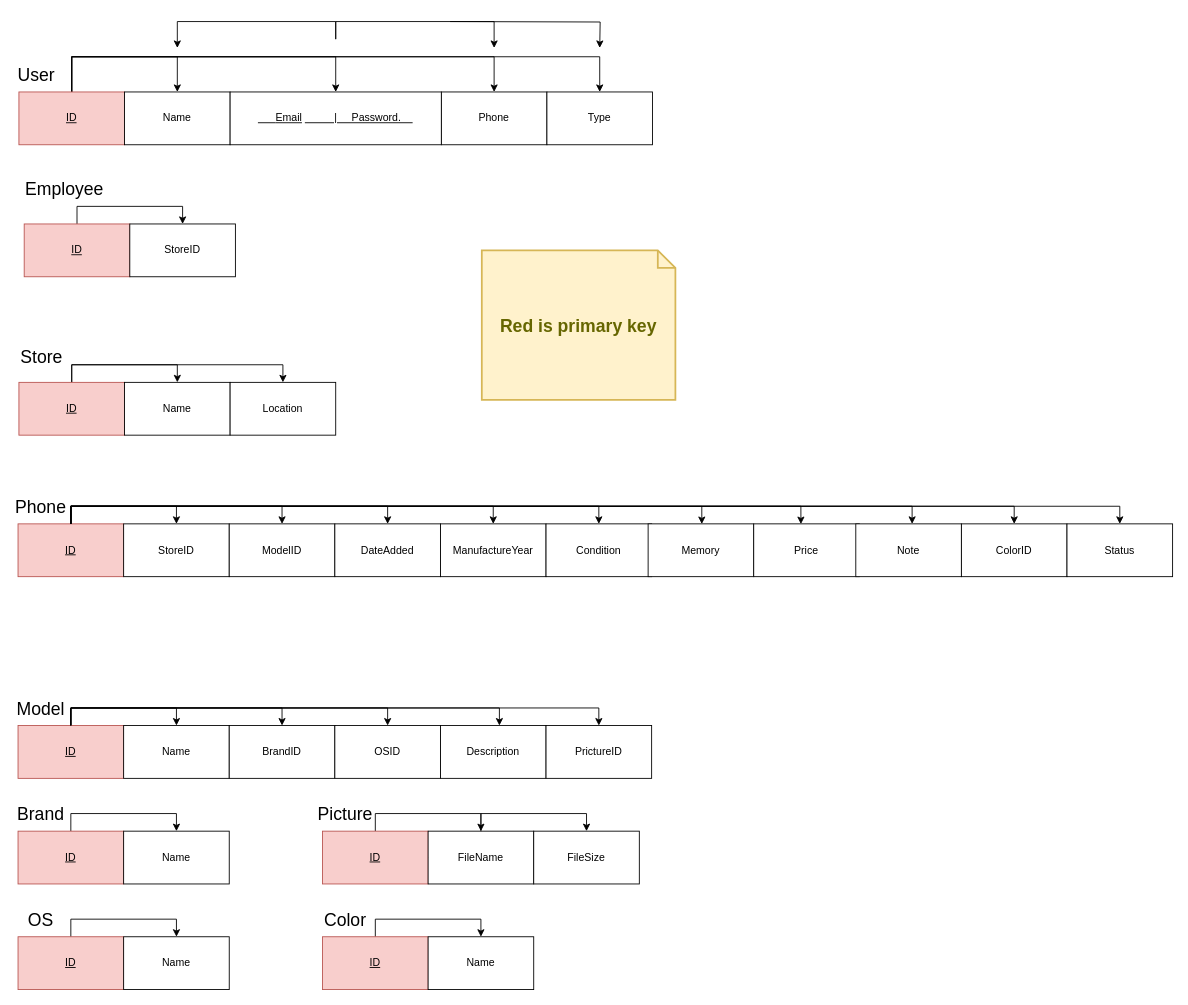
Above: DBSchema/FunctionalDependency.drawio in produdez/smartphone-shop-train-proj (draw.io), before the change. Source tidied: cells renumbered, new cells numbered last; positions are measured from the earlier drawing's top-left corner, leaving out a move shared by most shapes. Both pictures are drawn from the tidied source at 88%, with x=0, y=0 at pixel (18, 21).
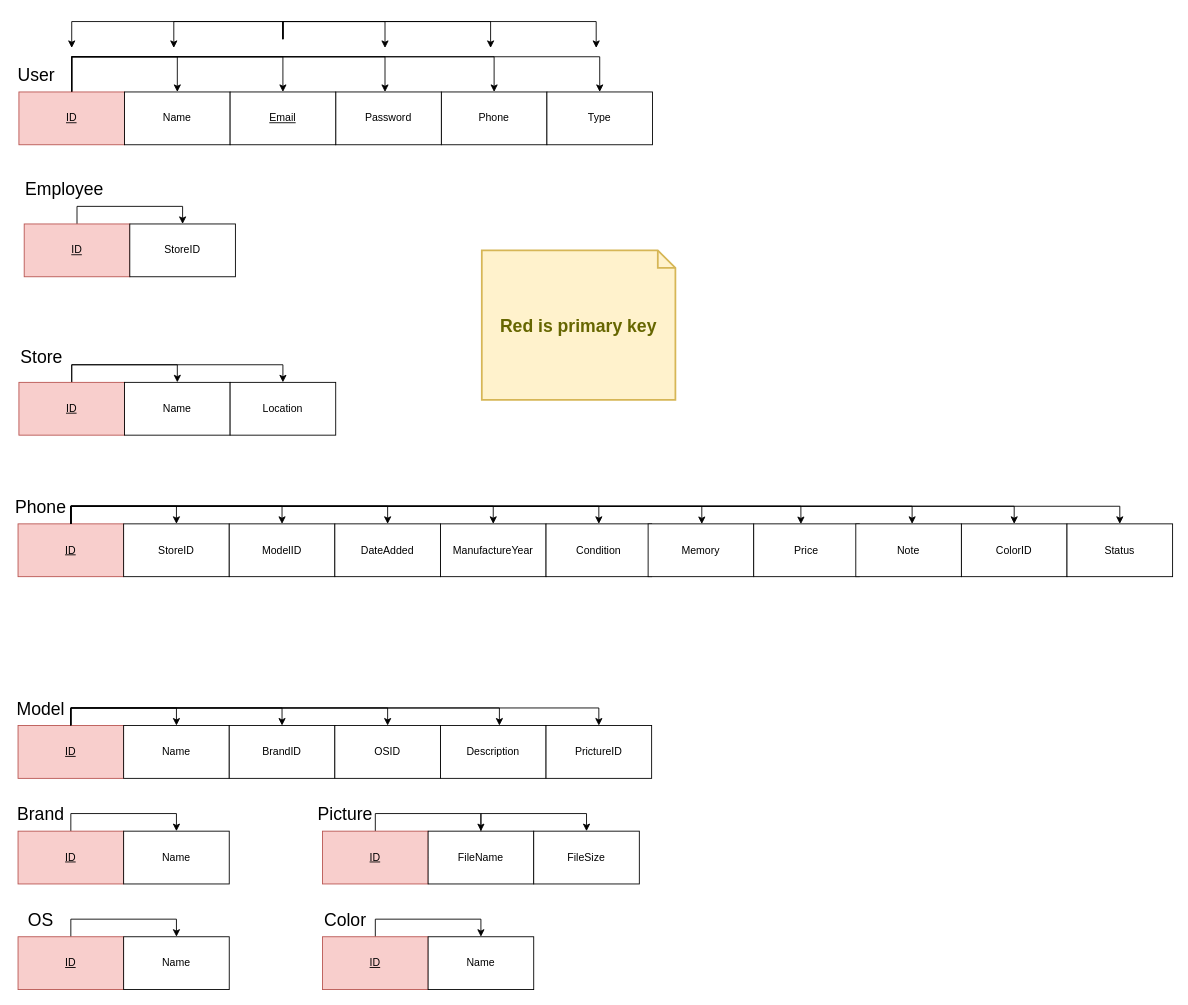
After the change.

Commit message (it also covers changes not shown here):
UFix wrong key of user table

Unchanged cells that the change refers to:
```xml
<mxCell id="6" value="ID" style="rounded=0;whiteSpace=wrap;html=1;fillColor=#f8cecc;strokeColor=#b85450;fontStyle=4;" parent="1" vertex="1">
  <mxGeometry x="1" y="80" width="120" height="60" as="geometry" />
</mxCell>
```

What changed in the source:
```diff
@@
-    <mxCell id="3" style="edgeStyle=orthogonalEdgeStyle;rounded=0;jettySize=auto;html=1;entryX=0;entryY=0;entryDx=0;entryDy=0;fontSize=20;endArrow=classic;endFill=1;" parent="1" edge="1" source="6">
+    <mxCell id="3" style="edgeStyle=orthogonalEdgeStyle;rounded=0;jettySize=auto;html=1;entryX=0.5;entryY=0;entryDx=0;entryDy=0;fontSize=20;endArrow=classic;endFill=1;" parent="1" edge="1" source="6" target="81">
       <mxGeometry relative="1" as="geometry">
-        <mxPoint x="361" y="80" as="targetPoint" />
         <Array as="points">
           <mxPoint x="61" y="40" />
-          <mxPoint x="361" y="40" />
+          <mxPoint x="301" y="40" />
         </Array>
       </mxGeometry>
     </mxCell>
@@
-    <mxCell id="61" style="edgeStyle=orthogonalEdgeStyle;rounded=0;orthogonalLoop=1;jettySize=auto;html=1;fontSize=20;endArrow=classic;endFill=1;" parent="1" edge="1">
-      <mxGeometry relative="1" as="geometry">
-        <mxPoint x="361" y="20" as="sourcePoint" />
-        <mxPoint x="181" y="30" as="targetPoint" />
-        <Array as="points">
-          <mxPoint x="361" />
-          <mxPoint x="181" />
-        </Array>
-      </mxGeometry>
-    </mxCell>
-    <mxCell id="62" style="edgeStyle=orthogonalEdgeStyle;rounded=0;orthogonalLoop=1;jettySize=auto;html=1;fontSize=20;endArrow=classic;endFill=1;" parent="1" edge="1">
-      <mxGeometry relative="1" as="geometry">
-        <mxPoint x="361" y="20" as="sourcePoint" />
-        <mxPoint x="541" y="30" as="targetPoint" />
-        <Array as="points">
-          <mxPoint x="361" />
-          <mxPoint x="541" />
-        </Array>
-      </mxGeometry>
-    </mxCell>
-    <mxCell id="63" style="edgeStyle=orthogonalEdgeStyle;rounded=0;orthogonalLoop=1;jettySize=auto;html=1;fontSize=20;endArrow=classic;endFill=1;" parent="1" edge="1">
-      <mxGeometry relative="1" as="geometry">
-        <mxPoint x="491" as="sourcePoint" />
-        <mxPoint x="661" y="30" as="targetPoint" />
-      </mxGeometry>
-    </mxCell>
-    <mxCell id="64" value="&lt;b&gt;&amp;nbsp; &amp;nbsp; &amp;nbsp; &lt;/b&gt;Email&lt;span style=&quot;white-space: pre&quot;&gt;&#9;&lt;/span&gt;&amp;nbsp; &amp;nbsp; &amp;nbsp; &amp;nbsp; &amp;nbsp; |&amp;nbsp; &amp;nbsp; &amp;nbsp;Password.&amp;nbsp; &amp;nbsp;&amp;nbsp;" style="rounded=0;whiteSpace=wrap;html=1;fontStyle=4;" parent="1" vertex="1">
-      <mxGeometry x="241" y="80" width="240" height="60" as="geometry" />
-    </mxCell>
@@
+    <mxCell id="79" value="Password" style="rounded=0;whiteSpace=wrap;html=1;" parent="1" vertex="1">
+      <mxGeometry x="361" y="80" width="120" height="60" as="geometry" />
+    </mxCell>
+    <mxCell id="80" style="edgeStyle=orthogonalEdgeStyle;rounded=0;orthogonalLoop=1;jettySize=auto;html=1;" parent="1" edge="1">
+      <mxGeometry relative="1" as="geometry">
+        <mxPoint x="301" y="20" as="sourcePoint" />
+        <mxPoint x="61" y="30" as="targetPoint" />
+        <Array as="points">
+          <mxPoint x="301" />
+          <mxPoint x="61" />
+        </Array>
+      </mxGeometry>
+    </mxCell>
+    <mxCell id="81" value="Email" style="rounded=0;whiteSpace=wrap;html=1;fontStyle=4;" parent="1" vertex="1">
+      <mxGeometry x="241" y="80" width="120" height="60" as="geometry" />
+    </mxCell>
+    <mxCell id="82" style="edgeStyle=orthogonalEdgeStyle;rounded=0;jettySize=auto;html=1;fontSize=20;endArrow=classic;endFill=1;" parent="1" edge="1" source="6">
+      <mxGeometry relative="1" as="geometry">
+        <mxPoint x="417" y="80" as="targetPoint" />
+        <Array as="points">
+          <mxPoint x="61" y="40" />
+          <mxPoint x="417" y="40" />
+        </Array>
+      </mxGeometry>
+    </mxCell>
+    <mxCell id="83" style="edgeStyle=orthogonalEdgeStyle;rounded=0;orthogonalLoop=1;jettySize=auto;html=1;" parent="1" edge="1">
+      <mxGeometry relative="1" as="geometry">
+        <mxPoint x="301" y="20" as="sourcePoint" />
+        <mxPoint x="177" y="30" as="targetPoint" />
+        <Array as="points">
+          <mxPoint x="301" />
+          <mxPoint x="177" />
+        </Array>
+      </mxGeometry>
+    </mxCell>
+    <mxCell id="84" style="edgeStyle=orthogonalEdgeStyle;rounded=0;orthogonalLoop=1;jettySize=auto;html=1;" parent="1" edge="1">
+      <mxGeometry relative="1" as="geometry">
+        <mxPoint x="301" y="20" as="sourcePoint" />
+        <mxPoint x="417" y="30" as="targetPoint" />
+        <Array as="points">
+          <mxPoint x="301" />
+          <mxPoint x="417" />
+          <mxPoint x="417" y="30" />
+        </Array>
+      </mxGeometry>
+    </mxCell>
+    <mxCell id="85" style="edgeStyle=orthogonalEdgeStyle;rounded=0;orthogonalLoop=1;jettySize=auto;html=1;" parent="1" edge="1">
+      <mxGeometry relative="1" as="geometry">
+        <mxPoint x="301" y="20" as="sourcePoint" />
+        <mxPoint x="537" y="30" as="targetPoint" />
+        <Array as="points">
+          <mxPoint x="301" />
+          <mxPoint x="537" />
+        </Array>
+      </mxGeometry>
+    </mxCell>
+    <mxCell id="86" style="edgeStyle=orthogonalEdgeStyle;rounded=0;orthogonalLoop=1;jettySize=auto;html=1;" parent="1" edge="1">
+      <mxGeometry relative="1" as="geometry">
+        <mxPoint x="301" y="20" as="sourcePoint" />
+        <mxPoint x="657" y="30" as="targetPoint" />
+        <Array as="points">
+          <mxPoint x="301" />
+          <mxPoint x="657" />
+        </Array>
+      </mxGeometry>
+    </mxCell>
```
